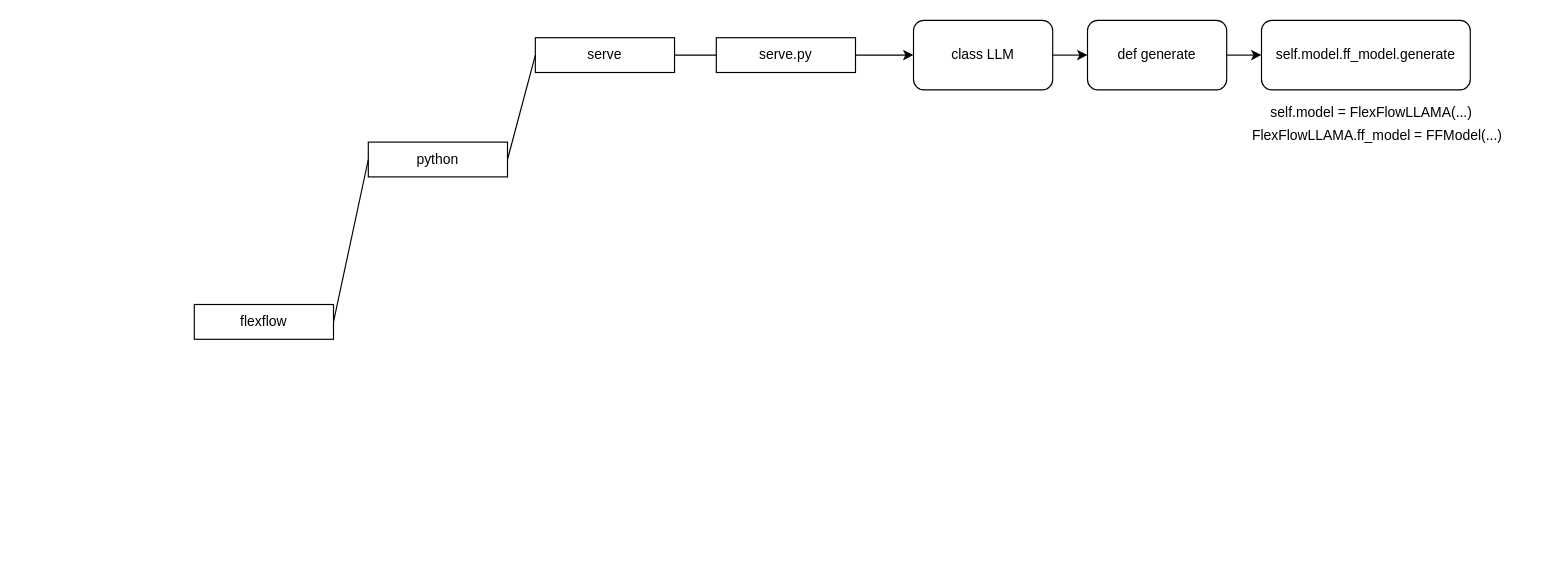
KnowingNothing/ZSZ_Samples keeps this draw.io diagram as study/system/flexflow_spec_infer_logic.drawio. Above is the earlier version. Source tidied: cells renumbered, new cells numbered last; positions are measured from the earlier drawing's top-left corner, leaving out a move shared by most shapes. Both pictures are drawn from the tidied source at 116%, with x=0, y=0 at pixel (194, 20).
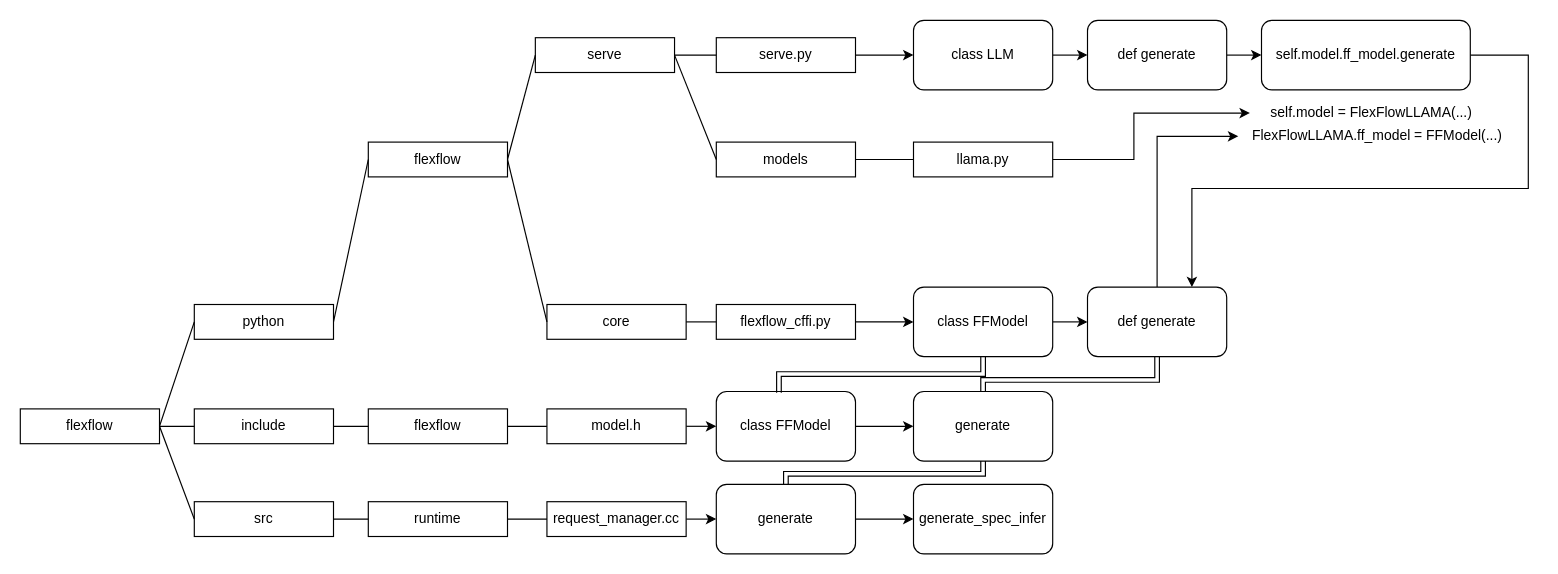
The same page after the edit.

The change refers to these unchanged cells:
```xml
<mxCell id="4" value="serve" style="rounded=0;whiteSpace=wrap;html=1;" parent="1" vertex="1">
  <mxGeometry x="294" y="15" width="120" height="30" as="geometry" />
</mxCell>
<mxCell id="14" value="self.model.ff_model.generate" style="rounded=1;whiteSpace=wrap;html=1;" parent="1" vertex="1">
  <mxGeometry x="920" width="180" height="60" as="geometry" />
</mxCell>
<mxCell id="15" value="self.model = FlexFlowLLAMA(...)" style="text;html=1;strokeColor=none;fillColor=none;align=center;verticalAlign=middle;whiteSpace=wrap;rounded=0;" parent="1" vertex="1">
  <mxGeometry x="910" y="65" width="210" height="30" as="geometry" />
</mxCell>
<mxCell id="16" value="FlexFlowLLAMA.ff_model = FFModel(...)" style="text;html=1;strokeColor=none;fillColor=none;align=center;verticalAlign=middle;whiteSpace=wrap;rounded=0;" parent="1" vertex="1">
  <mxGeometry x="900" y="85" width="240" height="30" as="geometry" />
</mxCell>
```

Diff of the diagram source:
```diff
@@
-    <mxCell id="2" value="flexflow" style="rounded=0;whiteSpace=wrap;html=1;" parent="1" vertex="1">
+    <mxCell id="2" value="python" style="rounded=0;whiteSpace=wrap;html=1;" parent="1" vertex="1">
       <mxGeometry y="245" width="120" height="30" as="geometry" />
     </mxCell>
-    <mxCell id="3" value="python" style="rounded=0;whiteSpace=wrap;html=1;" parent="1" vertex="1">
+    <mxCell id="3" value="flexflow" style="rounded=0;whiteSpace=wrap;html=1;" parent="1" vertex="1">
       <mxGeometry x="150" y="105" width="120" height="30" as="geometry" />
     </mxCell>
@@
+    <mxCell id="17" style="edgeStyle=orthogonalEdgeStyle;rounded=0;jettySize=auto;html=1;exitX=1;exitY=0.5;exitDx=0;exitDy=0;entryX=0.75;entryY=0;entryDx=0;entryDy=0;" parent="1" edge="1" source="14" target="34">
+      <mxGeometry relative="1" as="geometry">
+        <Array as="points">
+          <mxPoint x="1150" y="30" />
+          <mxPoint x="1150" y="145" />
+          <mxPoint x="860" y="145" />
+        </Array>
+      </mxGeometry>
+    </mxCell>
@@
+    <mxCell id="18" value="models" style="rounded=0;whiteSpace=wrap;html=1;" parent="1" vertex="1">
+      <mxGeometry x="450" y="105" width="120" height="30" as="geometry" />
+    </mxCell>
+    <mxCell id="19" style="edgeStyle=orthogonalEdgeStyle;rounded=0;jettySize=auto;html=1;exitX=1;exitY=0.5;exitDx=0;exitDy=0;entryX=0;entryY=0.5;entryDx=0;entryDy=0;" parent="1" edge="1" source="20" target="15">
+      <mxGeometry relative="1" as="geometry">
+        <Array as="points">
+          <mxPoint x="810" y="120" />
+          <mxPoint x="810" y="80" />
+        </Array>
+      </mxGeometry>
+    </mxCell>
+    <mxCell id="20" value="llama.py" style="rounded=0;whiteSpace=wrap;html=1;" parent="1" vertex="1">
+      <mxGeometry x="620" y="105" width="120" height="30" as="geometry" />
+    </mxCell>
+    <mxCell id="21" style="endArrow=none;html=1;rounded=0;entryX=0;entryY=0.5;entryDx=0;entryDy=0;exitX=1;exitY=0.5;exitDx=0;exitDy=0;" parent="1" edge="1" source="4" target="18">
+      <mxGeometry relative="1" as="geometry" />
+    </mxCell>
+    <mxCell id="22" style="endArrow=none;html=1;rounded=0;entryX=0;entryY=0.5;entryDx=0;entryDy=0;exitX=1;exitY=0.5;exitDx=0;exitDy=0;" parent="1" edge="1" source="18" target="20">
+      <mxGeometry relative="1" as="geometry" />
+    </mxCell>
+    <mxCell id="23" value="flexflow" style="rounded=0;whiteSpace=wrap;html=1;" parent="1" vertex="1">
+      <mxGeometry x="-150" y="335" width="120" height="30" as="geometry" />
+    </mxCell>
+    <mxCell id="24" style="endArrow=none;html=1;rounded=0;entryX=0;entryY=0.5;entryDx=0;entryDy=0;exitX=1;exitY=0.5;exitDx=0;exitDy=0;" parent="1" edge="1" source="23" target="2">
+      <mxGeometry relative="1" as="geometry" />
+    </mxCell>
+    <mxCell id="25" value="core" style="rounded=0;whiteSpace=wrap;html=1;" parent="1" vertex="1">
+      <mxGeometry x="304" y="245" width="120" height="30" as="geometry" />
+    </mxCell>
+    <mxCell id="26" style="endArrow=none;html=1;rounded=0;entryX=0;entryY=0.5;entryDx=0;entryDy=0;exitX=1;exitY=0.5;exitDx=0;exitDy=0;" parent="1" edge="1" source="3" target="25">
+      <mxGeometry relative="1" as="geometry" />
+    </mxCell>
+    <mxCell id="27" style="edgeStyle=orthogonalEdgeStyle;rounded=0;jettySize=auto;html=1;exitX=1;exitY=0.5;exitDx=0;exitDy=0;entryX=0;entryY=0.5;entryDx=0;entryDy=0;" parent="1" edge="1" source="28" target="31">
+      <mxGeometry relative="1" as="geometry" />
+    </mxCell>
+    <mxCell id="28" value="flexflow_cffi.py" style="rounded=0;whiteSpace=wrap;html=1;" parent="1" vertex="1">
+      <mxGeometry x="450" y="245" width="120" height="30" as="geometry" />
+    </mxCell>
+    <mxCell id="29" style="endArrow=none;html=1;rounded=0;entryX=0;entryY=0.5;entryDx=0;entryDy=0;exitX=1;exitY=0.5;exitDx=0;exitDy=0;" parent="1" edge="1" source="25" target="28">
+      <mxGeometry relative="1" as="geometry" />
+    </mxCell>
+    <mxCell id="30" style="edgeStyle=orthogonalEdgeStyle;rounded=0;jettySize=auto;html=1;exitX=1;exitY=0.5;exitDx=0;exitDy=0;entryX=0;entryY=0.5;entryDx=0;entryDy=0;" parent="1" edge="1" source="31" target="34">
+      <mxGeometry relative="1" as="geometry" />
+    </mxCell>
+    <mxCell id="31" value="class FFModel" style="rounded=1;whiteSpace=wrap;html=1;" parent="1" vertex="1">
+      <mxGeometry x="620" y="230" width="120" height="60" as="geometry" />
+    </mxCell>
+    <mxCell id="32" style="edgeStyle=orthogonalEdgeStyle;rounded=0;jettySize=auto;html=1;exitX=0.5;exitY=0;exitDx=0;exitDy=0;entryX=0;entryY=0.5;entryDx=0;entryDy=0;" parent="1" edge="1" source="34" target="16">
+      <mxGeometry relative="1" as="geometry" />
+    </mxCell>
+    <mxCell id="33" style="edgeStyle=orthogonalEdgeStyle;rounded=0;jettySize=auto;html=1;exitX=0.5;exitY=1;exitDx=0;exitDy=0;entryX=0.5;entryY=0;entryDx=0;entryDy=0;shape=link;" parent="1" edge="1" source="34" target="46">
+      <mxGeometry relative="1" as="geometry">
+        <Array as="points">
+          <mxPoint x="830" y="310" />
+          <mxPoint x="680" y="310" />
+        </Array>
+      </mxGeometry>
+    </mxCell>
+    <mxCell id="34" value="def generate" style="rounded=1;whiteSpace=wrap;html=1;" parent="1" vertex="1">
+      <mxGeometry x="770" y="230" width="120" height="60" as="geometry" />
+    </mxCell>
+    <mxCell id="35" value="include" style="rounded=0;whiteSpace=wrap;html=1;" parent="1" vertex="1">
+      <mxGeometry y="335" width="120" height="30" as="geometry" />
+    </mxCell>
+    <mxCell id="36" style="endArrow=none;html=1;rounded=0;entryX=0;entryY=0.5;entryDx=0;entryDy=0;exitX=1;exitY=0.5;exitDx=0;exitDy=0;" parent="1" edge="1" source="23" target="35">
+      <mxGeometry relative="1" as="geometry" />
+    </mxCell>
+    <mxCell id="37" value="flexflow" style="rounded=0;whiteSpace=wrap;html=1;" parent="1" vertex="1">
+      <mxGeometry x="150" y="335" width="120" height="30" as="geometry" />
+    </mxCell>
+    <mxCell id="38" style="endArrow=none;html=1;rounded=0;entryX=0;entryY=0.5;entryDx=0;entryDy=0;exitX=1;exitY=0.5;exitDx=0;exitDy=0;" parent="1" edge="1" source="35" target="37">
+      <mxGeometry relative="1" as="geometry" />
+    </mxCell>
+    <mxCell id="39" style="edgeStyle=orthogonalEdgeStyle;rounded=0;jettySize=auto;html=1;exitX=1;exitY=0.5;exitDx=0;exitDy=0;entryX=0;entryY=0.5;entryDx=0;entryDy=0;" parent="1" edge="1" source="40" target="43">
+      <mxGeometry relative="1" as="geometry" />
+    </mxCell>
+    <mxCell id="40" value="model.h" style="rounded=0;whiteSpace=wrap;html=1;" parent="1" vertex="1">
+      <mxGeometry x="304" y="335" width="120" height="30" as="geometry" />
+    </mxCell>
+    <mxCell id="41" style="endArrow=none;html=1;rounded=0;entryX=0;entryY=0.5;entryDx=0;entryDy=0;exitX=1;exitY=0.5;exitDx=0;exitDy=0;" parent="1" edge="1" source="37" target="40">
+      <mxGeometry relative="1" as="geometry" />
+    </mxCell>
+    <mxCell id="42" style="edgeStyle=orthogonalEdgeStyle;rounded=0;jettySize=auto;html=1;exitX=1;exitY=0.5;exitDx=0;exitDy=0;entryX=0;entryY=0.5;entryDx=0;entryDy=0;" parent="1" edge="1" source="43" target="46">
+      <mxGeometry relative="1" as="geometry" />
+    </mxCell>
+    <mxCell id="43" value="class FFModel" style="rounded=1;whiteSpace=wrap;html=1;" parent="1" vertex="1">
+      <mxGeometry x="450" y="320" width="120" height="60" as="geometry" />
+    </mxCell>
+    <mxCell id="44" style="edgeStyle=orthogonalEdgeStyle;rounded=0;jettySize=auto;html=1;exitX=0.5;exitY=1;exitDx=0;exitDy=0;entryX=0.45;entryY=0.017;entryDx=0;entryDy=0;entryPerimeter=0;shape=link;" parent="1" edge="1" source="31" target="43">
+      <mxGeometry relative="1" as="geometry">
+        <Array as="points">
+          <mxPoint x="680" y="305" />
+          <mxPoint x="504" y="305" />
+        </Array>
+      </mxGeometry>
+    </mxCell>
+    <mxCell id="45" style="edgeStyle=orthogonalEdgeStyle;rounded=0;jettySize=auto;html=1;exitX=0.5;exitY=1;exitDx=0;exitDy=0;entryX=0.5;entryY=0;entryDx=0;entryDy=0;shape=link;" parent="1" edge="1" target="55">
+      <mxGeometry relative="1" as="geometry">
+        <mxPoint x="680" y="376" as="sourcePoint" />
+        <Array as="points">
+          <mxPoint x="680" y="391" />
+          <mxPoint x="510" y="391" />
+        </Array>
+      </mxGeometry>
+    </mxCell>
+    <mxCell id="46" value="generate" style="rounded=1;whiteSpace=wrap;html=1;" parent="1" vertex="1">
+      <mxGeometry x="620" y="320" width="120" height="60" as="geometry" />
+    </mxCell>
+    <mxCell id="47" value="src" style="rounded=0;whiteSpace=wrap;html=1;" parent="1" vertex="1">
+      <mxGeometry y="415" width="120" height="30" as="geometry" />
+    </mxCell>
+    <mxCell id="48" style="endArrow=none;html=1;rounded=0;entryX=0;entryY=0.5;entryDx=0;entryDy=0;exitX=1;exitY=0.5;exitDx=0;exitDy=0;" parent="1" edge="1" source="23" target="47">
+      <mxGeometry relative="1" as="geometry" />
+    </mxCell>
+    <mxCell id="49" value="runtime" style="rounded=0;whiteSpace=wrap;html=1;" parent="1" vertex="1">
+      <mxGeometry x="150" y="415" width="120" height="30" as="geometry" />
+    </mxCell>
+    <mxCell id="50" style="endArrow=none;html=1;rounded=0;exitX=1;exitY=0.5;exitDx=0;exitDy=0;" parent="1" edge="1" source="47" target="49">
+      <mxGeometry relative="1" as="geometry" />
+    </mxCell>
+    <mxCell id="51" style="edgeStyle=orthogonalEdgeStyle;rounded=0;jettySize=auto;html=1;exitX=1;exitY=0.5;exitDx=0;exitDy=0;entryX=0;entryY=0.5;entryDx=0;entryDy=0;" parent="1" edge="1" source="52" target="55">
+      <mxGeometry relative="1" as="geometry" />
+    </mxCell>
+    <mxCell id="52" value="request_manager.cc" style="rounded=0;whiteSpace=wrap;html=1;" parent="1" vertex="1">
+      <mxGeometry x="304" y="415" width="120" height="30" as="geometry" />
+    </mxCell>
+    <mxCell id="53" style="endArrow=none;html=1;rounded=0;entryX=0;entryY=0.5;entryDx=0;entryDy=0;exitX=1;exitY=0.5;exitDx=0;exitDy=0;" parent="1" edge="1" source="49" target="52">
+      <mxGeometry relative="1" as="geometry" />
+    </mxCell>
+    <mxCell id="54" style="edgeStyle=orthogonalEdgeStyle;rounded=0;jettySize=auto;html=1;exitX=1;exitY=0.5;exitDx=0;exitDy=0;entryX=0;entryY=0.5;entryDx=0;entryDy=0;" parent="1" edge="1" source="55" target="56">
+      <mxGeometry relative="1" as="geometry" />
+    </mxCell>
+    <mxCell id="55" value="generate" style="rounded=1;whiteSpace=wrap;html=1;" parent="1" vertex="1">
+      <mxGeometry x="450" y="400" width="120" height="60" as="geometry" />
+    </mxCell>
+    <mxCell id="56" value="generate_spec_infer" style="rounded=1;whiteSpace=wrap;html=1;" parent="1" vertex="1">
+      <mxGeometry x="620" y="400" width="120" height="60" as="geometry" />
+    </mxCell>
```
